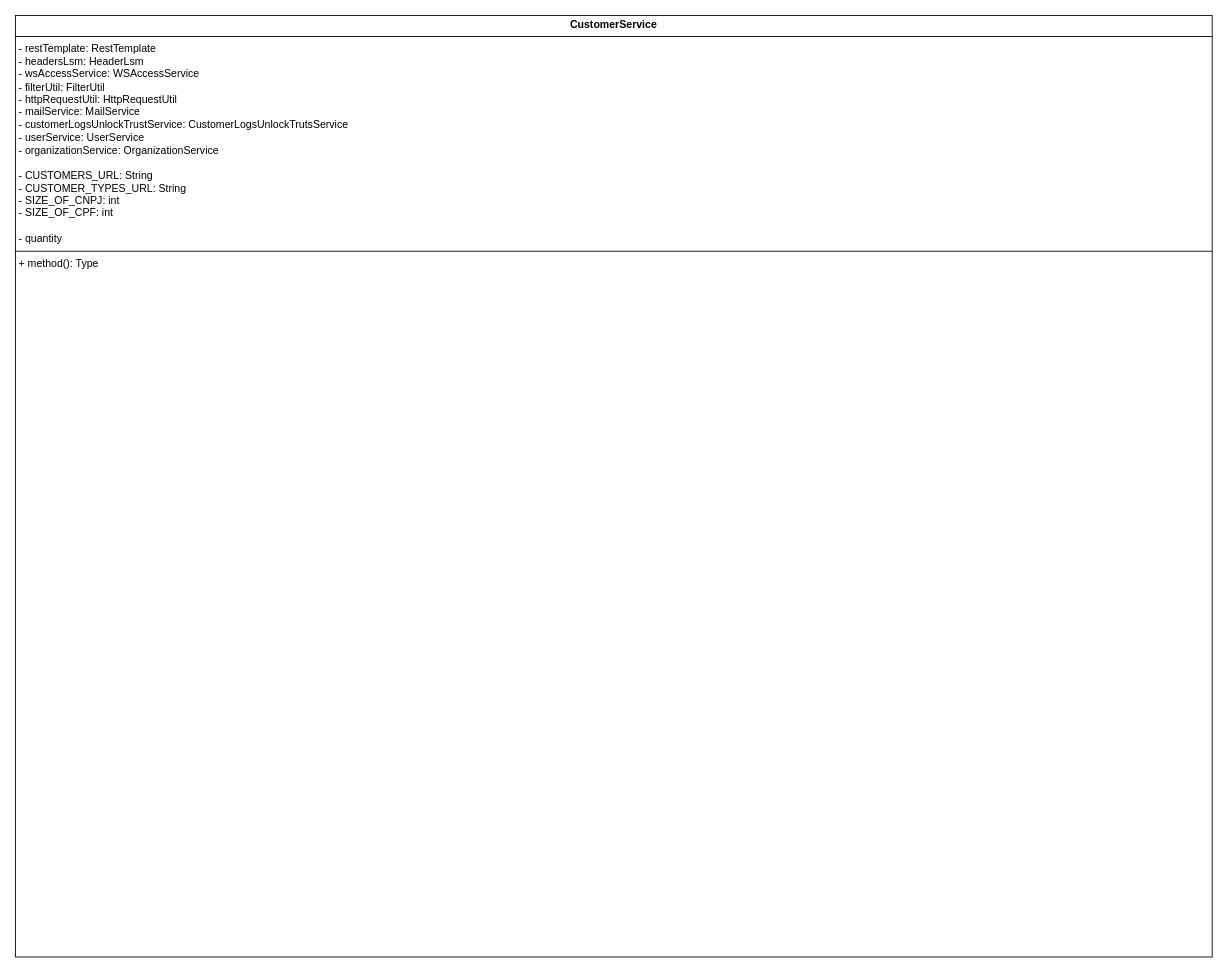
Above: CustomerService.drawio in GiovanniMendesC/diagrama-classes-LSM (draw.io), before the change. Source tidied: cells renumbered, new cells numbered last; positions are measured from the earlier drawing's top-left corner, leaving out a move shared by most shapes. Both pictures are drawn from the tidied source at 88%, with x=0, y=0 at pixel (15, 15).
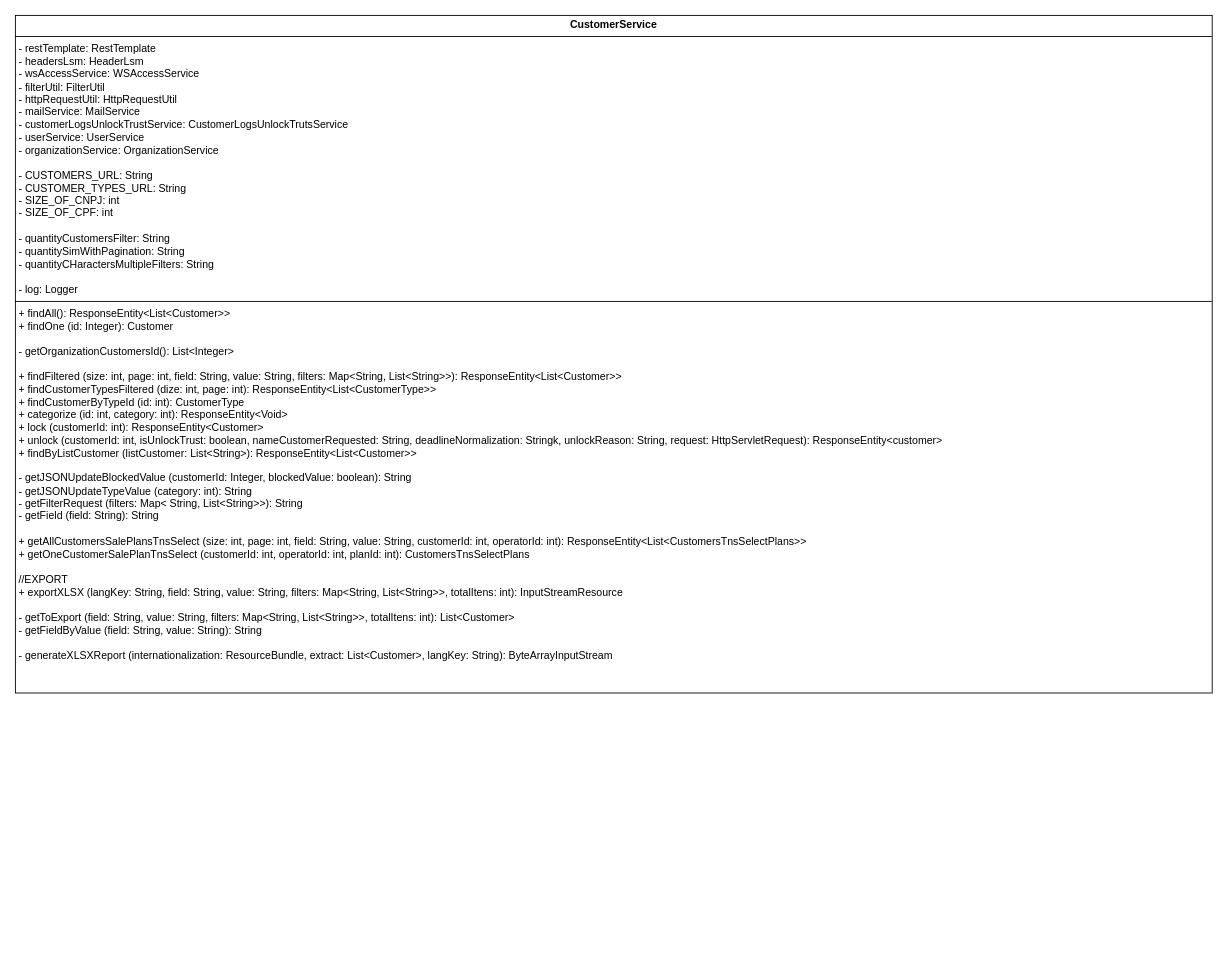
After the change.

Change to the diagram source:
```diff
@@
 <mxGraphModel>
   <root>
     <mxCell id="0" />
     <mxCell id="1" parent="0" />
-    <mxCell id="2" value="&lt;p style=&quot;margin:0px;margin-top:4px;text-align:center;&quot;&gt;&lt;b&gt;CustomerService&lt;/b&gt;&lt;/p&gt;&lt;hr size=&quot;1&quot; style=&quot;border-style:solid;&quot;&gt;&lt;p style=&quot;margin:0px;margin-left:4px;&quot;&gt;- restTemplate: RestTemplate&lt;/p&gt;&lt;p style=&quot;margin:0px;margin-left:4px;&quot;&gt;- headersLsm: HeaderLsm&lt;/p&gt;&lt;p style=&quot;margin:0px;margin-left:4px;&quot;&gt;- wsAccessService: WSAccessService&lt;/p&gt;&lt;p style=&quot;margin:0px;margin-left:4px;&quot;&gt;- filterUtil: FilterUtil&lt;/p&gt;&lt;p style=&quot;margin:0px;margin-left:4px;&quot;&gt;- httpRequestUtil: HttpRequestUtil&lt;/p&gt;&lt;p style=&quot;margin:0px;margin-left:4px;&quot;&gt;- mailService: MailService&lt;/p&gt;&lt;p style=&quot;margin:0px;margin-left:4px;&quot;&gt;- customerLogsUnlockTrustService: CustomerLogsUnlockTrutsService&lt;/p&gt;&lt;p style=&quot;margin:0px;margin-left:4px;&quot;&gt;- userService: UserService&lt;/p&gt;&lt;p style=&quot;margin:0px;margin-left:4px;&quot;&gt;- organizationService: OrganizationService&lt;/p&gt;&lt;p style=&quot;margin:0px;margin-left:4px;&quot;&gt;&lt;br&gt;&lt;/p&gt;&lt;p style=&quot;margin:0px;margin-left:4px;&quot;&gt;- CUSTOMERS_URL: String&lt;/p&gt;&lt;p style=&quot;margin:0px;margin-left:4px;&quot;&gt;- CUSTOMER_TYPES_URL: String&lt;/p&gt;&lt;p style=&quot;margin:0px;margin-left:4px;&quot;&gt;- SIZE_OF_CNPJ: int&lt;/p&gt;&lt;p style=&quot;margin:0px;margin-left:4px;&quot;&gt;- SIZE_OF_CPF: int&lt;/p&gt;&lt;p style=&quot;margin:0px;margin-left:4px;&quot;&gt;&lt;br&gt;&lt;/p&gt;&lt;p style=&quot;margin:0px;margin-left:4px;&quot;&gt;- quantity&lt;/p&gt;&lt;hr size=&quot;1&quot; style=&quot;border-style:solid;&quot;&gt;&lt;p style=&quot;margin:0px;margin-left:4px;&quot;&gt;+ method(): Type&lt;/p&gt;" style="verticalAlign=top;align=left;overflow=fill;html=1;whiteSpace=wrap;" parent="1" vertex="1">
-      <mxGeometry width="1360" height="1070" as="geometry" />
+    <mxCell id="2" value="&lt;p style=&quot;margin:0px;margin-top:4px;text-align:center;&quot;&gt;&lt;b&gt;CustomerService&lt;/b&gt;&lt;/p&gt;&lt;hr size=&quot;1&quot; style=&quot;border-style:solid;&quot;&gt;&lt;p style=&quot;margin:0px;margin-left:4px;&quot;&gt;- restTemplate: RestTemplate&lt;/p&gt;&lt;p style=&quot;margin:0px;margin-left:4px;&quot;&gt;- headersLsm: HeaderLsm&lt;/p&gt;&lt;p style=&quot;margin:0px;margin-left:4px;&quot;&gt;- wsAccessService: WSAccessService&lt;/p&gt;&lt;p style=&quot;margin:0px;margin-left:4px;&quot;&gt;- filterUtil: FilterUtil&lt;/p&gt;&lt;p style=&quot;margin:0px;margin-left:4px;&quot;&gt;- httpRequestUtil: HttpRequestUtil&lt;/p&gt;&lt;p style=&quot;margin:0px;margin-left:4px;&quot;&gt;- mailService: MailService&lt;/p&gt;&lt;p style=&quot;margin:0px;margin-left:4px;&quot;&gt;- customerLogsUnlockTrustService: CustomerLogsUnlockTrutsService&lt;/p&gt;&lt;p style=&quot;margin:0px;margin-left:4px;&quot;&gt;- userService: UserService&lt;/p&gt;&lt;p style=&quot;margin:0px;margin-left:4px;&quot;&gt;- organizationService: OrganizationService&lt;/p&gt;&lt;p style=&quot;margin:0px;margin-left:4px;&quot;&gt;&lt;br&gt;&lt;/p&gt;&lt;p style=&quot;margin:0px;margin-left:4px;&quot;&gt;- CUSTOMERS_URL: String&lt;/p&gt;&lt;p style=&quot;margin:0px;margin-left:4px;&quot;&gt;- CUSTOMER_TYPES_URL: String&lt;/p&gt;&lt;p style=&quot;margin:0px;margin-left:4px;&quot;&gt;- SIZE_OF_CNPJ: int&lt;/p&gt;&lt;p style=&quot;margin:0px;margin-left:4px;&quot;&gt;- SIZE_OF_CPF: int&lt;/p&gt;&lt;p style=&quot;margin:0px;margin-left:4px;&quot;&gt;&lt;br&gt;&lt;/p&gt;&lt;p style=&quot;margin:0px;margin-left:4px;&quot;&gt;- quantityCustomersFilter: String&lt;/p&gt;&lt;p style=&quot;margin:0px;margin-left:4px;&quot;&gt;- quantitySimWithPagination: String&lt;/p&gt;&lt;p style=&quot;margin:0px;margin-left:4px;&quot;&gt;- quantityCHaractersMultipleFilters: String&lt;/p&gt;&lt;p style=&quot;margin:0px;margin-left:4px;&quot;&gt;&lt;br&gt;&lt;/p&gt;&lt;p style=&quot;margin:0px;margin-left:4px;&quot;&gt;- log: Logger&lt;/p&gt;&lt;hr size=&quot;1&quot; style=&quot;border-style:solid;&quot;&gt;&lt;p style=&quot;margin:0px;margin-left:4px;&quot;&gt;+ findAll(): ResponseEntity&amp;lt;List&amp;lt;Customer&amp;gt;&amp;gt;&lt;/p&gt;&lt;p style=&quot;margin:0px;margin-left:4px;&quot;&gt;+ findOne (id: Integer): Customer&lt;/p&gt;&lt;p style=&quot;margin:0px;margin-left:4px;&quot;&gt;&lt;br&gt;&lt;/p&gt;&lt;p style=&quot;margin:0px;margin-left:4px;&quot;&gt;- getOrganizationCustomersId(): List&amp;lt;Integer&amp;gt;&lt;/p&gt;&lt;p style=&quot;margin:0px;margin-left:4px;&quot;&gt;&lt;br&gt;&lt;/p&gt;&lt;p style=&quot;margin:0px;margin-left:4px;&quot;&gt;+ findFiltered (size: int, page: int, field: String, value: String, filters: Map&amp;lt;String, List&amp;lt;String&amp;gt;&amp;gt;): ResponseEntity&amp;lt;List&amp;lt;Customer&amp;gt;&amp;gt;&lt;/p&gt;&lt;p style=&quot;margin:0px;margin-left:4px;&quot;&gt;+ findCustomerTypesFiltered (dize: int, page: int): ResponseEntity&amp;lt;List&amp;lt;CustomerType&amp;gt;&amp;gt;&lt;/p&gt;&lt;p style=&quot;margin:0px;margin-left:4px;&quot;&gt;+ findCustomerByTypeId (id: int): CustomerType&lt;/p&gt;&lt;p style=&quot;margin:0px;margin-left:4px;&quot;&gt;+ categorize (id: int, category: int): ResponseEntity&amp;lt;Void&amp;gt;&lt;/p&gt;&lt;p style=&quot;margin:0px;margin-left:4px;&quot;&gt;+ lock (customerId: int): ResponseEntity&amp;lt;Customer&amp;gt;&lt;/p&gt;&lt;p style=&quot;margin:0px;margin-left:4px;&quot;&gt;+ unlock (customerId: int, isUnlockTrust: boolean, nameCustomerRequested: String, deadlineNormalization: Stringk, unlockReason: String, request: HttpServletRequest): ResponseEntity&amp;lt;customer&amp;gt;&lt;/p&gt;&lt;p style=&quot;margin:0px;margin-left:4px;&quot;&gt;+ findByListCustomer (listCustomer: List&amp;lt;String&amp;gt;): ResponseEntity&amp;lt;List&amp;lt;Customer&amp;gt;&amp;gt;&lt;/p&gt;&lt;p style=&quot;margin:0px;margin-left:4px;&quot;&gt;&lt;br&gt;&lt;/p&gt;&lt;p style=&quot;margin:0px;margin-left:4px;&quot;&gt;- getJSONUpdateBlockedValue (customerId: Integer, blockedValue: boolean): String&lt;/p&gt;&lt;p style=&quot;margin:0px;margin-left:4px;&quot;&gt;- getJSONUpdateTypeValue (category: int): String&lt;/p&gt;&lt;p style=&quot;margin:0px;margin-left:4px;&quot;&gt;- getFilterRequest (filters: Map&amp;lt; String, List&amp;lt;String&amp;gt;&amp;gt;): String&lt;/p&gt;&lt;p style=&quot;margin:0px;margin-left:4px;&quot;&gt;- getField (field: String): String&lt;/p&gt;&lt;p style=&quot;margin:0px;margin-left:4px;&quot;&gt;&lt;br&gt;&lt;/p&gt;&lt;p style=&quot;margin:0px;margin-left:4px;&quot;&gt;+ getAllCustomersSalePlansTnsSelect (size: int, page: int, field: String, value: String, customerId: int, operatorId: int): ResponseEntity&amp;lt;List&amp;lt;CustomersTnsSelectPlans&amp;gt;&amp;gt;&lt;/p&gt;&lt;p style=&quot;margin:0px;margin-left:4px;&quot;&gt;+ getOneCustomerSalePlanTnsSelect (customerId: int, operatorId: int, planId: int): CustomersTnsSelectPlans&lt;/p&gt;&lt;p style=&quot;margin:0px;margin-left:4px;&quot;&gt;&lt;br&gt;&lt;/p&gt;&lt;p style=&quot;margin:0px;margin-left:4px;&quot;&gt;//EXPORT&lt;/p&gt;&lt;p style=&quot;margin:0px;margin-left:4px;&quot;&gt;+ exportXLSX (langKey: String, field: String, value: String, filters: Map&amp;lt;String, List&amp;lt;String&amp;gt;&amp;gt;, totalItens: int): InputStreamResource&lt;/p&gt;&lt;p style=&quot;margin:0px;margin-left:4px;&quot;&gt;&lt;br&gt;&lt;/p&gt;&lt;p style=&quot;margin:0px;margin-left:4px;&quot;&gt;- getToExport (field: String, value: String, filters: Map&amp;lt;String, List&amp;lt;String&amp;gt;&amp;gt;, totalItens: int): List&amp;lt;Customer&amp;gt;&lt;/p&gt;&lt;p style=&quot;margin:0px;margin-left:4px;&quot;&gt;- getFieldByValue (field: String, value: String): String&lt;/p&gt;&lt;p style=&quot;margin:0px;margin-left:4px;&quot;&gt;&lt;br&gt;&lt;/p&gt;&lt;p style=&quot;margin:0px;margin-left:4px;&quot;&gt;- generateXLSXReport (internationalization: ResourceBundle, extract: List&amp;lt;Customer&amp;gt;, langKey: String): ByteArrayInputStream&lt;/p&gt;&lt;p style=&quot;margin:0px;margin-left:4px;&quot;&gt;&lt;br&gt;&lt;/p&gt;" style="verticalAlign=top;align=left;overflow=fill;html=1;whiteSpace=wrap;" parent="1" vertex="1">
+      <mxGeometry width="1360" height="770" as="geometry" />
     </mxCell>
   </root>
 </mxGraphModel>
```
